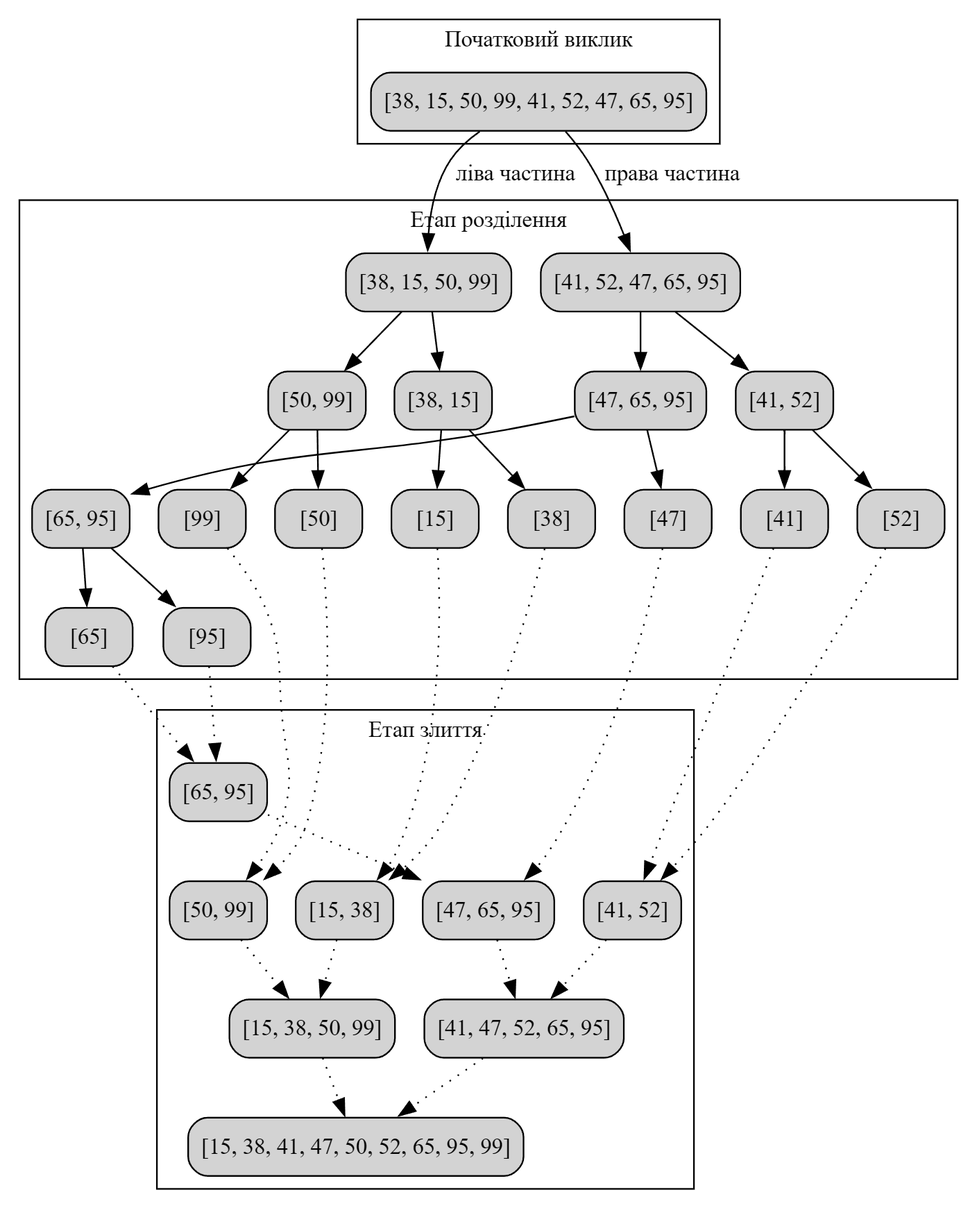
Before: LR2/merge_sort_recursive.png, a diagram exported from Graphviz (Alex482Ukr/algorithms-labs). Its source is kept beside it as LR2/merge_sort_recursive.gv. The source it was exported from:
```dot
digraph MergeSortRecursive {
    node [shape=box, style="rounded,filled"];

    subgraph cluster_init {
        label="Початковий виклик";
        Start [label="[38, 15, 50, 99, 41, 52, 47, 65, 95]"];
    }

    subgraph cluster_split {
        label="Етап розділення";

        Split1_L [label="[38, 15, 50, 99]"];
        Split1_R [label="[41, 52, 47, 65, 95]"];

        Split2_L1 [label="[38, 15]"];
        Split2_L2 [label="[50, 99]"];
        Split2_R1 [label="[41, 52]"];
        Split2_R2 [label="[47, 65, 95]"];

        Leaf_38 [label="[38]"];
        Leaf_15 [label="[15]"];
        Leaf_50 [label="[50]"];
        Leaf_99 [label="[99]"];

        Leaf_41 [label="[41]"];
        Leaf_52 [label="[52]"];

        Leaf_47 [label="[47]"];
        Split3 [label="[65, 95]"];

        Leaf_65 [label="[65]"];
        Leaf_95 [label="[95]"];
    }

    subgraph cluster_merge {
        label="Етап злиття";

        Merge1_1 [label="[15, 38]"];
        Merge1_2 [label="[50, 99]"];
        Merge1_3 [label="[41, 52]"];
        Merge1_4 [label="[65, 95]"];

        Merge2 [label="[47, 65, 95]"];

        Merge3_1 [label="[15, 38, 50, 99]"];
        Merge3_2 [label="[41, 47, 52, 65, 95]"];

        Final [label="[15, 38, 41, 47, 50, 52, 65, 95, 99]"];
    }

    Start -> Split1_L [label="ліва частина"];
    Start -> Split1_R [label="права частина"];

    Split1_L -> Split2_L1;
    Split1_L -> Split2_L2;

    Split1_R -> Split2_R1;
    Split1_R -> Split2_R2;

    Split2_L1 -> Leaf_38;
    Split2_L1 -> Leaf_15;

    Split2_L2 -> Leaf_99;
    Split2_L2 -> Leaf_50;

    Split2_R1 -> Leaf_41;
    Split2_R1 -> Leaf_52;

    Split2_R2 -> Split3;
    Split2_R2 -> Leaf_47;

    Split3 -> Leaf_65;
    Split3 -> Leaf_95;


    Leaf_15 -> Merge1_1 [style=dotted];
    Leaf_38 -> Merge1_1 [style=dotted];

    Leaf_50 -> Merge1_2 [style=dotted];
    Leaf_99 -> Merge1_2 [style=dotted];

    Leaf_41 -> Merge1_3 [style=dotted];
    Leaf_52 -> Merge1_3 [style=dotted];

    Leaf_65 -> Merge1_4 [style=dotted];
    Leaf_95 -> Merge1_4 [style=dotted];

    Merge1_4 -> Merge2 [style=dotted];
    Leaf_47 -> Merge2 [style=dotted];

    Merge1_1 -> Merge3_1 [style=dotted];
    Merge1_2 -> Merge3_1 [style=dotted];

    Merge1_3 -> Merge3_2 [style=dotted];
    Merge2 -> Merge3_2 [style=dotted];

    Merge3_1 -> Final [style=dotted];
    Merge3_2 -> Final [style=dotted];
}
```
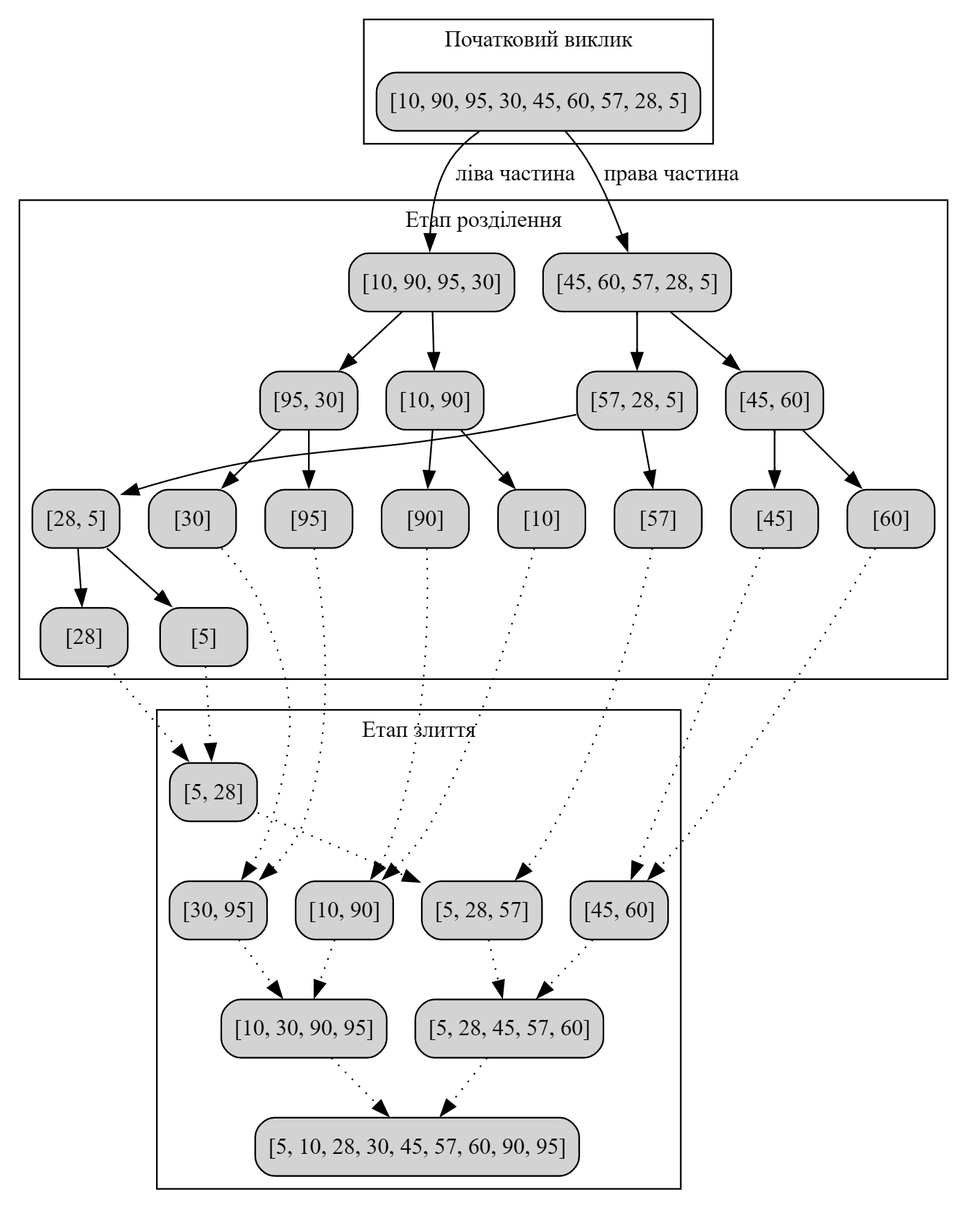
After the change.

Change to the diagram source:
```diff
@@ -3,49 +3,50 @@
 
     subgraph cluster_init {
         label="Початковий виклик";
-        Start [label="[38, 15, 50, 99, 41, 52, 47, 65, 95]"];
+        Start [label="[10, 90, 95, 30, 45, 60, 57, 28, 5]"];
     }
 
     subgraph cluster_split {
         label="Етап розділення";
 
-        Split1_L [label="[38, 15, 50, 99]"];
-        Split1_R [label="[41, 52, 47, 65, 95]"];
+        Split1_L [label="[10, 90, 95, 30]"];
+        Split1_R [label="[45, 60, 57, 28, 5]"];
 
-        Split2_L1 [label="[38, 15]"];
-        Split2_L2 [label="[50, 99]"];
-        Split2_R1 [label="[41, 52]"];
-        Split2_R2 [label="[47, 65, 95]"];
+        Split2_L1 [label="[10, 90]"];
+        Split2_L2 [label="[95, 30]"];
+        Split2_R1 [label="[45, 60]"];
+        Split2_R2 [label="[57, 28, 5]"];
 
-        Leaf_38 [label="[38]"];
-        Leaf_15 [label="[15]"];
-        Leaf_50 [label="[50]"];
-        Leaf_99 [label="[99]"];
+        Leaf_10 [label="[10]"];
+        Leaf_90 [label="[90]"];
 
-        Leaf_41 [label="[41]"];
-        Leaf_52 [label="[52]"];
+        Leaf_95 [label="[95]"];
+        Leaf_30 [label="[30]"];
 
-        Leaf_47 [label="[47]"];
-        Split3 [label="[65, 95]"];
+        Leaf_45 [label="[45]"];
+        Leaf_60 [label="[60]"];
 
-        Leaf_65 [label="[65]"];
-        Leaf_95 [label="[95]"];
+        Leaf_57 [label="[57]"];
+        Split3 [label="[28, 5]"];
+
+        Leaf_28 [label="[28]"];
+        Leaf_5 [label="[5]"];
     }
 
     subgraph cluster_merge {
         label="Етап злиття";
 
-        Merge1_1 [label="[15, 38]"];
-        Merge1_2 [label="[50, 99]"];
-        Merge1_3 [label="[41, 52]"];
-        Merge1_4 [label="[65, 95]"];
+        Merge1_1 [label="[10, 90]"];
+        Merge1_2 [label="[30, 95]"];
+        Merge1_3 [label="[45, 60]"];
+        Merge1_4 [label="[5, 28]"];
 
-        Merge2 [label="[47, 65, 95]"];
+        Merge2 [label="[5, 28, 57]"];
 
-        Merge3_1 [label="[15, 38, 50, 99]"];
-        Merge3_2 [label="[41, 47, 52, 65, 95]"];
+        Merge3_1 [label="[10, 30, 90, 95]"];
+        Merge3_2 [label="[5, 28, 45, 57, 60]"];
 
-        Final [label="[15, 38, 41, 47, 50, 52, 65, 95, 99]"];
+        Final [label="[5, 10, 28, 30, 45, 57, 60, 90, 95]"];
     }
 
     Start -> Split1_L [label="ліва частина"];
@@ -57,36 +58,36 @@
     Split1_R -> Split2_R1;
     Split1_R -> Split2_R2;
 
-    Split2_L1 -> Leaf_38;
-    Split2_L1 -> Leaf_15;
+    Split2_L1 -> Leaf_10;
+    Split2_L1 -> Leaf_90;
 
-    Split2_L2 -> Leaf_99;
-    Split2_L2 -> Leaf_50;
+    Split2_L2 -> Leaf_95;
+    Split2_L2 -> Leaf_30;
 
-    Split2_R1 -> Leaf_41;
-    Split2_R1 -> Leaf_52;
+    Split2_R1 -> Leaf_45;
+    Split2_R1 -> Leaf_60;
 
+    Split2_R2 -> Leaf_57;
     Split2_R2 -> Split3;
-    Split2_R2 -> Leaf_47;
 
-    Split3 -> Leaf_65;
-    Split3 -> Leaf_95;
+    Split3 -> Leaf_28;
+    Split3 -> Leaf_5;
 
 
-    Leaf_15 -> Merge1_1 [style=dotted];
-    Leaf_38 -> Merge1_1 [style=dotted];
+    Leaf_10 -> Merge1_1 [style=dotted];
+    Leaf_90 -> Merge1_1 [style=dotted];
 
-    Leaf_50 -> Merge1_2 [style=dotted];
-    Leaf_99 -> Merge1_2 [style=dotted];
+    Leaf_95 -> Merge1_2 [style=dotted];
+    Leaf_30 -> Merge1_2 [style=dotted];
 
-    Leaf_41 -> Merge1_3 [style=dotted];
-    Leaf_52 -> Merge1_3 [style=dotted];
+    Leaf_45 -> Merge1_3 [style=dotted];
+    Leaf_60 -> Merge1_3 [style=dotted];
 
-    Leaf_65 -> Merge1_4 [style=dotted];
-    Leaf_95 -> Merge1_4 [style=dotted];
+    Leaf_28 -> Merge1_4 [style=dotted];
+    Leaf_5 -> Merge1_4 [style=dotted];
 
+    Leaf_57 -> Merge2 [style=dotted];
     Merge1_4 -> Merge2 [style=dotted];
-    Leaf_47 -> Merge2 [style=dotted];
 
     Merge1_1 -> Merge3_1 [style=dotted];
     Merge1_2 -> Merge3_1 [style=dotted];
```
